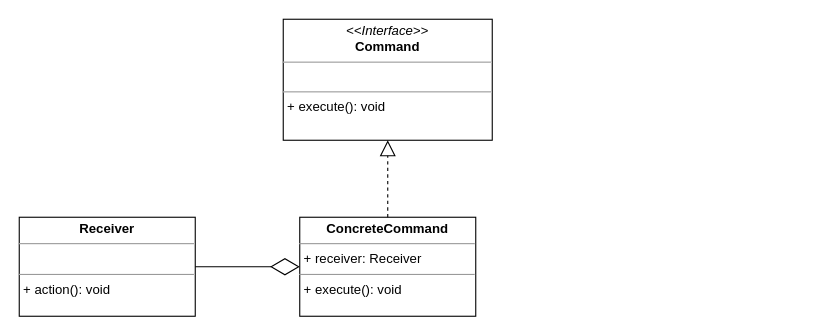
Above: command.drawio in xujiuhua/draw (draw.io), before the change. Source tidied: cells renumbered, new cells numbered last; positions are measured from the earlier drawing's top-left corner, leaving out a move shared by most shapes. Both pictures are drawn from the tidied source at 110%, with x=0, y=0 at pixel (19, 19).
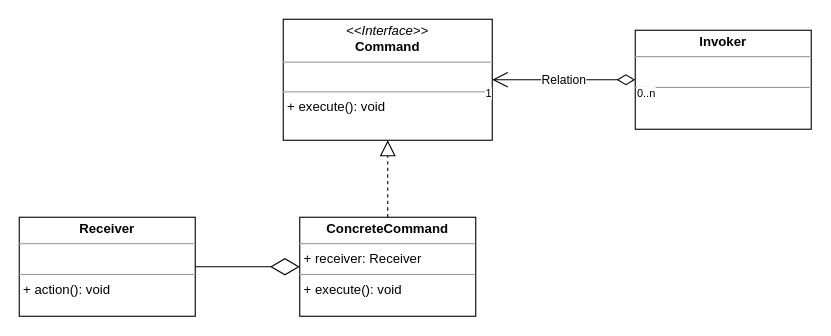
Above is the later version.

What changed in the source:
```diff
@@
 <mxGraphModel>
   <root>
     <mxCell id="0" />
     <mxCell id="1" parent="0" />
     <mxCell id="2" value="&lt;p style=&quot;margin: 0px ; margin-top: 4px ; text-align: center&quot;&gt;&lt;i&gt;&amp;lt;&amp;lt;Interface&amp;gt;&amp;gt;&lt;/i&gt;&lt;br&gt;&lt;b&gt;Command&lt;/b&gt;&lt;/p&gt;&lt;hr size=&quot;1&quot;&gt;&lt;p style=&quot;margin: 0px ; margin-left: 4px&quot;&gt;&lt;br&gt;&lt;/p&gt;&lt;hr size=&quot;1&quot;&gt;&lt;p style=&quot;margin: 0px ; margin-left: 4px&quot;&gt;+ execute(): void&lt;br&gt;&lt;/p&gt;" style="verticalAlign=top;align=left;overflow=fill;fontSize=12;fontFamily=Helvetica;html=1;" parent="1" vertex="1">
       <mxGeometry x="240" width="190" height="110" as="geometry" />
     </mxCell>
     <mxCell id="3" style="edgeStyle=orthogonalEdgeStyle;rounded=0;orthogonalLoop=1;jettySize=auto;html=1;exitX=0.5;exitY=1;exitDx=0;exitDy=0;" parent="1" edge="1" source="2" target="2">
       <mxGeometry relative="1" as="geometry" />
     </mxCell>
     <mxCell id="4" value="&lt;p style=&quot;margin: 0px ; margin-top: 4px ; text-align: center&quot;&gt;&lt;b&gt;ConcreteCommand&lt;/b&gt;&lt;br&gt;&lt;/p&gt;&lt;hr size=&quot;1&quot;&gt;&lt;p style=&quot;margin: 0px ; margin-left: 4px&quot;&gt;+ receiver: Receiver&lt;/p&gt;&lt;hr size=&quot;1&quot;&gt;&lt;p style=&quot;margin: 0px ; margin-left: 4px&quot;&gt;+ execute(): void&lt;/p&gt;" style="verticalAlign=top;align=left;overflow=fill;fontSize=12;fontFamily=Helvetica;html=1;" parent="1" vertex="1">
       <mxGeometry x="255" y="180" width="160" height="90" as="geometry" />
     </mxCell>
     <mxCell id="5" value="&lt;p style=&quot;margin: 0px ; margin-top: 4px ; text-align: center&quot;&gt;&lt;b&gt;Receiver&lt;/b&gt;&lt;/p&gt;&lt;hr size=&quot;1&quot;&gt;&lt;p style=&quot;margin: 0px ; margin-left: 4px&quot;&gt;&lt;br&gt;&lt;/p&gt;&lt;hr size=&quot;1&quot;&gt;&lt;p style=&quot;margin: 0px ; margin-left: 4px&quot;&gt;+ action(): void&lt;br&gt;&lt;/p&gt;" style="verticalAlign=top;align=left;overflow=fill;fontSize=12;fontFamily=Helvetica;html=1;" parent="1" vertex="1">
       <mxGeometry y="180" width="160" height="90" as="geometry" />
     </mxCell>
     <mxCell id="6" style="endArrow=diamondThin;endFill=0;endSize=24;html=1;entryX=0;entryY=0.5;entryDx=0;entryDy=0;exitX=1;exitY=0.5;exitDx=0;exitDy=0;" parent="1" edge="1" source="5" target="4">
       <mxGeometry relative="1" as="geometry" />
     </mxCell>
     <mxCell id="7" style="endArrow=block;dashed=1;endFill=0;endSize=12;html=1;entryX=0.5;entryY=1;entryDx=0;entryDy=0;" parent="1" edge="1" source="4" target="2">
       <mxGeometry relative="1" as="geometry" />
     </mxCell>
+    <mxCell id="8" value="&lt;p style=&quot;margin: 0px ; margin-top: 4px ; text-align: center&quot;&gt;&lt;b&gt;Invoker&lt;/b&gt;&lt;br&gt;&lt;/p&gt;&lt;hr size=&quot;1&quot;&gt;&lt;p style=&quot;margin: 0px ; margin-left: 4px&quot;&gt;&lt;br&gt;&lt;/p&gt;&lt;hr size=&quot;1&quot;&gt;&lt;p style=&quot;margin: 0px ; margin-left: 4px&quot;&gt;&lt;br&gt;&lt;/p&gt;" style="verticalAlign=top;align=left;overflow=fill;fontSize=12;fontFamily=Helvetica;html=1;" parent="1" vertex="1">
+      <mxGeometry x="560" y="10" width="160" height="90" as="geometry" />
+    </mxCell>
+    <mxCell id="9" value="Relation" style="endArrow=open;html=1;endSize=12;startArrow=diamondThin;startSize=14;startFill=0;edgeStyle=orthogonalEdgeStyle;entryX=1;entryY=0.5;entryDx=0;entryDy=0;exitX=0;exitY=0.5;exitDx=0;exitDy=0;" parent="1" edge="1" source="8" target="2">
+      <mxGeometry relative="1" as="geometry" />
+    </mxCell>
+    <mxCell id="10" value="0..n" style="html=1;align=left;verticalAlign=top;labelBackgroundColor=#ffffff;fontSize=10;" parent="9" vertex="1">
+      <mxGeometry x="-1" relative="1" as="geometry" />
+    </mxCell>
+    <mxCell id="11" value="1" style="html=1;align=right;verticalAlign=top;labelBackgroundColor=#ffffff;fontSize=10;" parent="9" vertex="1">
+      <mxGeometry x="1" relative="1" as="geometry" />
+    </mxCell>
   </root>
 </mxGraphModel>
```
